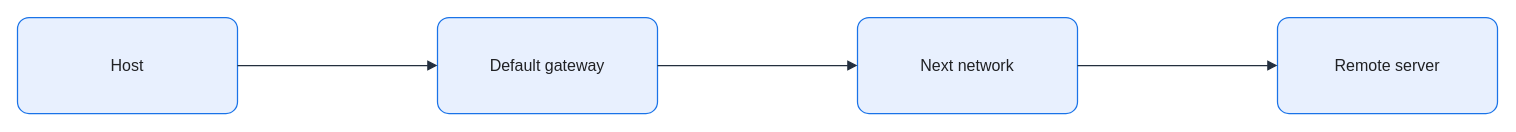
KKamJi98/kkamji98.github.io keeps this draw.io diagram as assets/img/network/default-gateway-forwarding.drawio. Above is the earlier version. Source tidied: cells renumbered, new cells numbered last; positions are measured from the earlier drawing's top-left corner, leaving out a move shared by most shapes. Both pictures are drawn from the tidied source at 100%, with x=0, y=0 at pixel (17, 17).
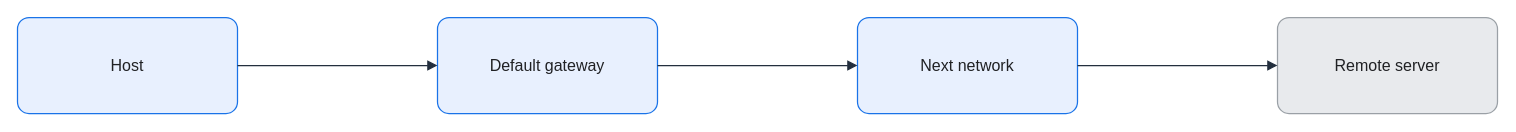
The same page after the edit.

Diff of the diagram source:
```diff
@@
 <mxGraphModel background="#FFFFFF">
   <root>
     <mxCell id="0" />
     <mxCell id="1" parent="0" />
     <mxCell id="2" value="Host" style="rounded=1;arcSize=12;whiteSpace=wrap;html=0;fillColor=#E8F0FE;strokeColor=#1A73E8;strokeWidth=1.25;fontColor=#202124;fontSize=16;align=center;verticalAlign=middle;spacing=8;shadow=0;" parent="1" vertex="1">
       <mxGeometry width="220" height="96" as="geometry" />
     </mxCell>
     <mxCell id="3" value="Default gateway" style="rounded=1;arcSize=12;whiteSpace=wrap;html=0;fillColor=#E8F0FE;strokeColor=#1A73E8;strokeWidth=1.25;fontColor=#202124;fontSize=16;align=center;verticalAlign=middle;spacing=8;shadow=0;" parent="1" vertex="1">
       <mxGeometry x="420" width="220" height="96" as="geometry" />
     </mxCell>
     <mxCell id="4" value="Next network" style="rounded=1;arcSize=12;whiteSpace=wrap;html=0;fillColor=#E8F0FE;strokeColor=#1A73E8;strokeWidth=1.25;fontColor=#202124;fontSize=16;align=center;verticalAlign=middle;spacing=8;shadow=0;" parent="1" vertex="1">
       <mxGeometry x="840" width="220" height="96" as="geometry" />
     </mxCell>
-    <mxCell id="5" value="Remote server" style="rounded=1;arcSize=12;whiteSpace=wrap;html=0;fillColor=#E8F0FE;strokeColor=#1A73E8;strokeWidth=1.25;fontColor=#202124;fontSize=16;align=center;verticalAlign=middle;spacing=8;shadow=0;" parent="1" vertex="1">
+    <mxCell id="5" value="Remote server" style="rounded=1;arcSize=12;whiteSpace=wrap;html=0;fillColor=#E8EAED;strokeColor=#9AA0A6;strokeWidth=1.25;fontColor=#202124;fontSize=16;align=center;verticalAlign=middle;spacing=8;shadow=0;" parent="1" vertex="1">
       <mxGeometry x="1260" width="220" height="96" as="geometry" />
     </mxCell>
     <mxCell id="6" style="edgeStyle=orthogonalEdgeStyle;rounded=0;jettySize=auto;html=0;endArrow=block;endFill=1;strokeColor=#232F3E;strokeWidth=1.25;fontColor=#202124;labelBackgroundColor=none;exitX=1;exitY=0.5;exitDx=0;exitDy=0;entryX=0;entryY=0.5;entryDx=0;entryDy=0;endSize=7;" parent="1" edge="1" source="2" target="3">
       <mxGeometry relative="1" as="geometry" />
     </mxCell>
     <mxCell id="7" style="edgeStyle=orthogonalEdgeStyle;rounded=0;jettySize=auto;html=0;endArrow=block;endFill=1;strokeColor=#232F3E;strokeWidth=1.25;fontColor=#202124;labelBackgroundColor=none;exitX=1;exitY=0.5;exitDx=0;exitDy=0;entryX=0;entryY=0.5;entryDx=0;entryDy=0;endSize=7;" parent="1" edge="1" source="3" target="4">
       <mxGeometry relative="1" as="geometry" />
     </mxCell>
     <mxCell id="8" style="edgeStyle=orthogonalEdgeStyle;rounded=0;jettySize=auto;html=0;endArrow=block;endFill=1;strokeColor=#232F3E;strokeWidth=1.25;fontColor=#202124;labelBackgroundColor=none;exitX=1;exitY=0.5;exitDx=0;exitDy=0;entryX=0;entryY=0.5;entryDx=0;entryDy=0;endSize=7;" parent="1" edge="1" source="4" target="5">
       <mxGeometry relative="1" as="geometry" />
     </mxCell>
   </root>
 </mxGraphModel>
```
